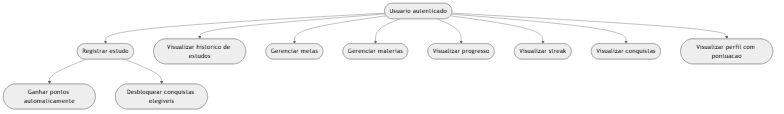
This is docs/Diagrama de caso de Uso.png from art4raujo0/xp-diario, a Mermaid export, as it was before one commit. Its source is kept beside it as docs/mermaid/Diagrama de caso de Uso.mmd.
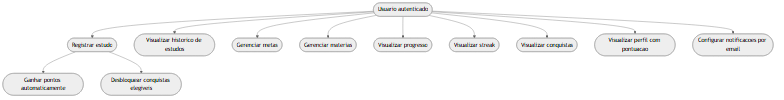
The same diagram one commit later.

Diff of the diagram source:
```diff
@@ -9,6 +9,7 @@
     U --> F([Visualizar streak])
     U --> G([Visualizar conquistas])
     U --> H([Visualizar perfil com pontuacao])
+    U --> K([Configurar notificacoes por email])
 
     A --> I([Ganhar pontos automaticamente])
     A --> J([Desbloquear conquistas elegiveis])
```
